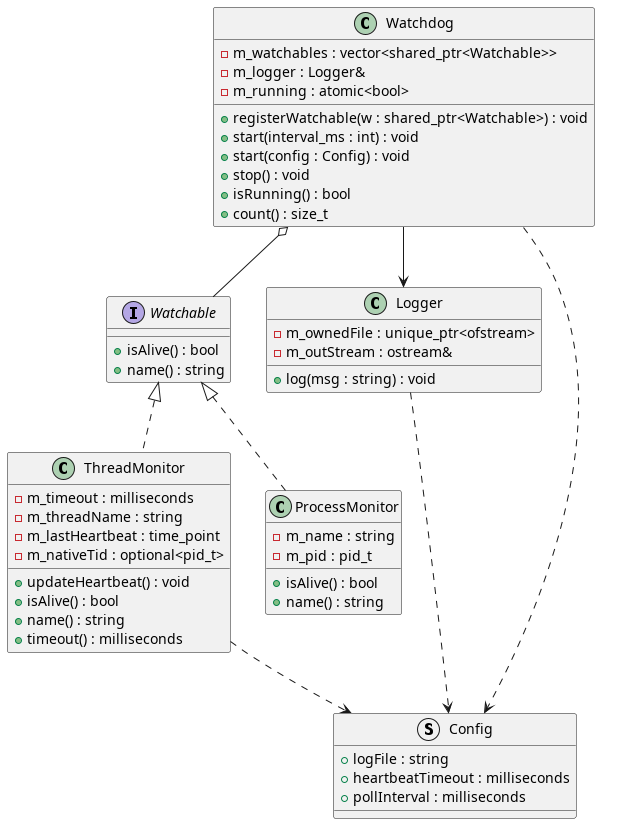
Before: documentation/class_diagram.png, a diagram exported from PlantUML (davidcuruvija/universal-watchdog-qml). The source it was exported from:
```plantuml
@startuml

interface Watchable {
    +isAlive() : bool
    +name() : string
}

class ThreadMonitor {
    -m_timeout : milliseconds
    -m_threadName : string
    -m_lastHeartbeat : time_point
    -m_nativeTid : optional<pid_t>
    +updateHeartbeat() : void
    +isAlive() : bool
    +name() : string
    +timeout() : milliseconds
}

class ProcessMonitor {
    -m_name : string
    -m_pid : pid_t
    +isAlive() : bool
    +name() : string
}

class Watchdog {
    -m_watchables : vector<shared_ptr<Watchable>>
    -m_logger : Logger&
    -m_running : atomic<bool>
    +registerWatchable(w : shared_ptr<Watchable>) : void
    +start(interval_ms : int) : void
    +start(config : Config) : void
    +stop() : void
    +isRunning() : bool
    +count() : size_t
}

class Logger {
    -m_ownedFile : unique_ptr<ofstream>
    -m_outStream : ostream&
    +log(msg : string) : void
}

struct Config {
    +logFile : string
    +heartbeatTimeout : milliseconds
    +pollInterval : milliseconds
}

Watchable <|.. ThreadMonitor
Watchable <|.. ProcessMonitor
Watchdog o-- Watchable
Watchdog --> Logger
Watchdog ..> Config
Logger ..> Config
ThreadMonitor ..> Config

@enduml
```
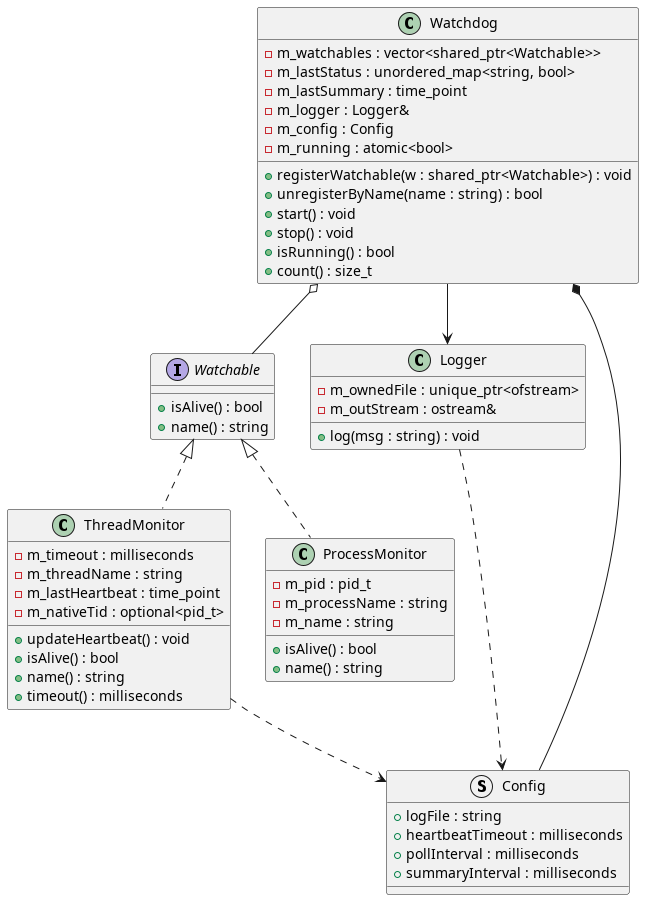
The same file after the commit.

Commit message:
docs: Update UML class diagram to reflect latest structure

Diff of the diagram source:
```diff
@@ -17,19 +17,23 @@
 }
 
 class ProcessMonitor {
+    -m_pid : pid_t
+    -m_processName : string
     -m_name : string
-    -m_pid : pid_t
     +isAlive() : bool
     +name() : string
 }
 
 class Watchdog {
     -m_watchables : vector<shared_ptr<Watchable>>
+    -m_lastStatus : unordered_map<string, bool>
+    -m_lastSummary : time_point
     -m_logger : Logger&
+    -m_config : Config
     -m_running : atomic<bool>
     +registerWatchable(w : shared_ptr<Watchable>) : void
-    +start(interval_ms : int) : void
-    +start(config : Config) : void
+    +unregisterByName(name : string) : bool
+    +start() : void
     +stop() : void
     +isRunning() : bool
     +count() : size_t
@@ -45,13 +49,14 @@
     +logFile : string
     +heartbeatTimeout : milliseconds
     +pollInterval : milliseconds
+    +summaryInterval : milliseconds
 }
 
 Watchable <|.. ThreadMonitor
 Watchable <|.. ProcessMonitor
 Watchdog o-- Watchable
 Watchdog --> Logger
-Watchdog ..> Config
+Watchdog *-- Config
 Logger ..> Config
 ThreadMonitor ..> Config
 
```
